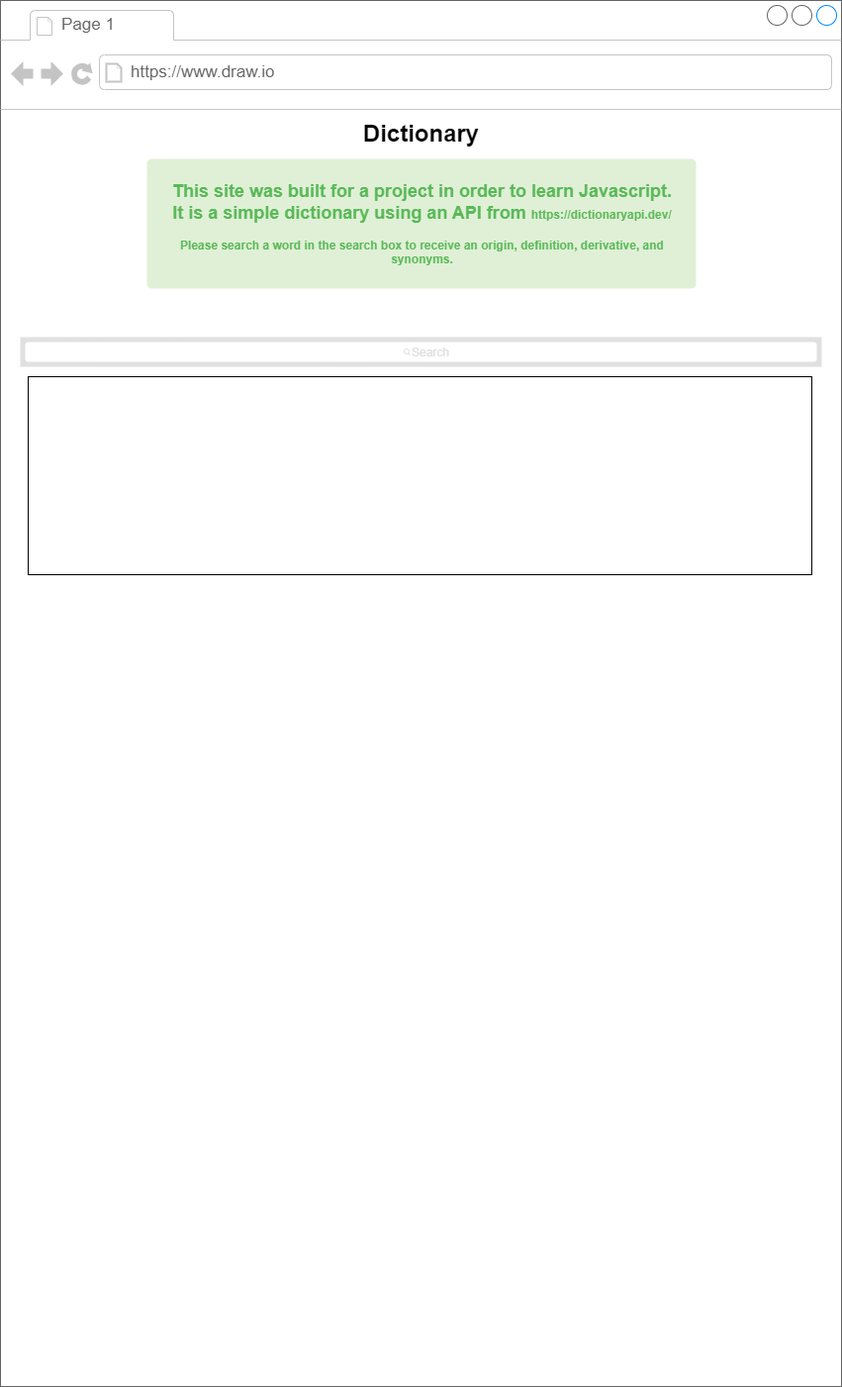
This is wireframes/DefinitionHomePage.png from Jbush1215/Definition_App, a draw.io export, as it was before one commit. Source tidied: cells renumbered, new cells last; positions are measured from the earlier drawing's top-left corner, leaving out a move shared by most shapes. Source of this version:
```xml
<mxGraphModel>
  <root>
    <mxCell id="0" />
    <mxCell id="1" parent="0" />
    <mxCell id="2" style="strokeWidth=1;shadow=0;dashed=0;align=center;html=1;shape=mxgraph.mockup.containers.browserWindow;rSize=0;strokeColor=#666666;strokeColor2=#008cff;strokeColor3=#c4c4c4;mainText=,;" parent="1" vertex="1">
      <mxGeometry width="850" height="1400" as="geometry" />
    </mxCell>
    <mxCell id="3" value="Page 1" style="strokeWidth=1;shadow=0;dashed=0;align=center;html=1;shape=mxgraph.mockup.containers.anchor;fontSize=17;fontColor=#666666;align=left;whiteSpace=wrap;" parent="2" vertex="1">
      <mxGeometry x="60" y="12" width="110" height="26" as="geometry" />
    </mxCell>
    <mxCell id="4" value="https://www.draw.io" style="strokeWidth=1;shadow=0;dashed=0;align=center;html=1;shape=mxgraph.mockup.containers.anchor;rSize=0;fontSize=17;fontColor=#666666;align=left;" parent="2" vertex="1">
      <mxGeometry x="130" y="60" width="250" height="26" as="geometry" />
    </mxCell>
    <mxCell id="5" value="&lt;div style=&quot;text-align: center;&quot;&gt;&lt;b style=&quot;background-color: initial; font-size: 18px;&quot;&gt;This site was built for a project in order to learn Javascript.&lt;/b&gt;&lt;/div&gt;&lt;b style=&quot;font-size: 18px;&quot;&gt;&lt;div style=&quot;text-align: center;&quot;&gt;&lt;b style=&quot;background-color: initial;&quot;&gt;It is a simple dictionary using an API from &lt;/b&gt;&lt;b style=&quot;background-color: initial; font-size: 12px;&quot;&gt;https://dictionaryapi.dev/&lt;/b&gt;&lt;/div&gt;&lt;/b&gt;&lt;div style=&quot;text-align: center;&quot;&gt;&lt;b&gt;&lt;br&gt;&lt;/b&gt;&lt;/div&gt;&lt;b&gt;&lt;div style=&quot;text-align: center;&quot;&gt;&lt;b style=&quot;background-color: initial;&quot;&gt;Please search a word in the search box to receive an origin, definition, derivative, and synonyms.&lt;/b&gt;&lt;/div&gt;&lt;/b&gt;" style="html=1;shadow=0;dashed=0;shape=mxgraph.bootstrap.rrect;rSize=5;strokeColor=none;strokeWidth=1;fillColor=#E0F0D6;fontColor=#59B958;whiteSpace=wrap;align=left;verticalAlign=middle;spacing=20;" parent="2" vertex="1">
      <mxGeometry x="148" y="160" width="555" height="131" as="geometry" />
    </mxCell>
    <mxCell id="6" value="&lt;h1&gt;Dictionary&lt;/h1&gt;" style="text;html=1;strokeColor=none;fillColor=none;align=center;verticalAlign=middle;whiteSpace=wrap;rounded=0;" parent="2" vertex="1">
      <mxGeometry x="348" y="120" width="155" height="30" as="geometry" />
    </mxCell>
    <mxCell id="7" style="shape=rect;fillColor=#e0e0e0;strokeColor=none;" parent="2" vertex="1">
      <mxGeometry x="20" y="340" width="810" height="30" as="geometry" />
    </mxCell>
    <mxCell id="8" style="html=1;strokeWidth=1;shadow=0;dashed=0;shape=mxgraph.ios7ui.marginRect;rx=3;ry=3;rectMargin=5;strokeColor=none;" parent="7" vertex="1">
      <mxGeometry width="810" height="30" as="geometry" />
    </mxCell>
    <mxCell id="9" value="&lt;font style=&quot;font-size: 12px;&quot;&gt;Search&lt;/font&gt;" style="shape=mxgraph.ios7.icons.looking_glass;strokeColor=#e0e0e0;fillColor=none;fontColor=#e0e0e0;labelPosition=right;verticalLabelPosition=middle;align=left;verticalAlign=middle;fontSize=6;fontStyle=0;spacingTop=2;sketch=0;html=1;" parent="7" vertex="1">
      <mxGeometry x="0.5" y="0.5" width="6" height="6" relative="1" as="geometry">
        <mxPoint x="-17" y="-3" as="offset" />
      </mxGeometry>
    </mxCell>
    <mxCell id="10" style="rounded=0;whiteSpace=wrap;html=1;" parent="2" vertex="1">
      <mxGeometry x="28" y="380" width="792" height="200" as="geometry" />
    </mxCell>
  </root>
</mxGraphModel>
```
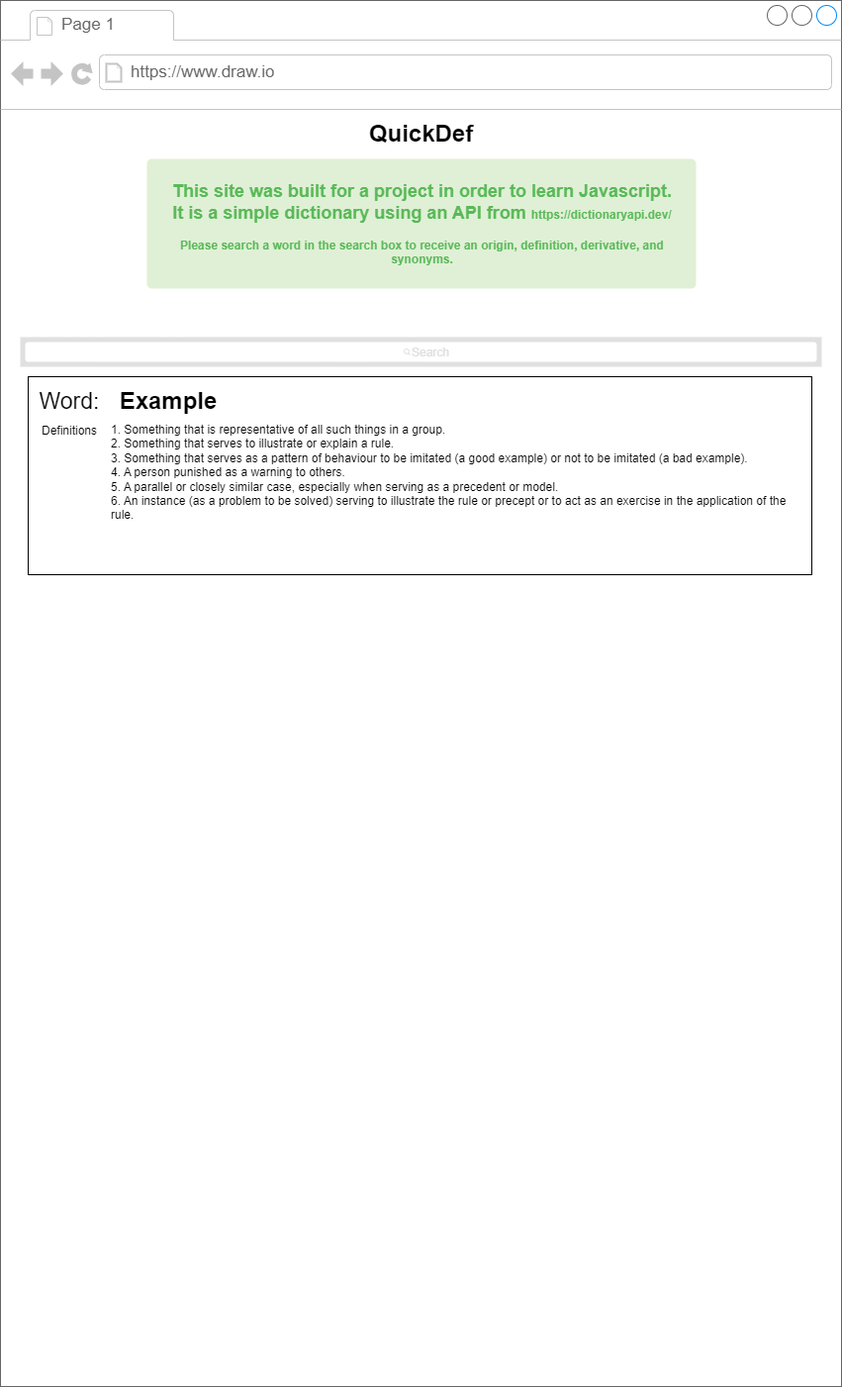
After the change.

Commit message:
Created mobile wireframe

Diff of the diagram source:
```diff
@@ -14,7 +14,7 @@
     <mxCell id="5" value="&lt;div style=&quot;text-align: center;&quot;&gt;&lt;b style=&quot;background-color: initial; font-size: 18px;&quot;&gt;This site was built for a project in order to learn Javascript.&lt;/b&gt;&lt;/div&gt;&lt;b style=&quot;font-size: 18px;&quot;&gt;&lt;div style=&quot;text-align: center;&quot;&gt;&lt;b style=&quot;background-color: initial;&quot;&gt;It is a simple dictionary using an API from &lt;/b&gt;&lt;b style=&quot;background-color: initial; font-size: 12px;&quot;&gt;https://dictionaryapi.dev/&lt;/b&gt;&lt;/div&gt;&lt;/b&gt;&lt;div style=&quot;text-align: center;&quot;&gt;&lt;b&gt;&lt;br&gt;&lt;/b&gt;&lt;/div&gt;&lt;b&gt;&lt;div style=&quot;text-align: center;&quot;&gt;&lt;b style=&quot;background-color: initial;&quot;&gt;Please search a word in the search box to receive an origin, definition, derivative, and synonyms.&lt;/b&gt;&lt;/div&gt;&lt;/b&gt;" style="html=1;shadow=0;dashed=0;shape=mxgraph.bootstrap.rrect;rSize=5;strokeColor=none;strokeWidth=1;fillColor=#E0F0D6;fontColor=#59B958;whiteSpace=wrap;align=left;verticalAlign=middle;spacing=20;" parent="2" vertex="1">
       <mxGeometry x="148" y="160" width="555" height="131" as="geometry" />
     </mxCell>
-    <mxCell id="6" value="&lt;h1&gt;Dictionary&lt;/h1&gt;" style="text;html=1;strokeColor=none;fillColor=none;align=center;verticalAlign=middle;whiteSpace=wrap;rounded=0;" parent="2" vertex="1">
+    <mxCell id="6" value="&lt;h1&gt;QuickDef&lt;/h1&gt;" style="text;html=1;strokeColor=none;fillColor=none;align=center;verticalAlign=middle;whiteSpace=wrap;rounded=0;" parent="2" vertex="1">
       <mxGeometry x="348" y="120" width="155" height="30" as="geometry" />
     </mxCell>
     <mxCell id="7" style="shape=rect;fillColor=#e0e0e0;strokeColor=none;" parent="2" vertex="1">
@@ -31,5 +31,17 @@
     <mxCell id="10" style="rounded=0;whiteSpace=wrap;html=1;" parent="2" vertex="1">
       <mxGeometry x="28" y="380" width="792" height="200" as="geometry" />
     </mxCell>
+    <mxCell id="11" value="Word:" style="text;html=1;strokeColor=none;fillColor=none;align=center;verticalAlign=middle;whiteSpace=wrap;rounded=0;fontSize=23;" parent="2" vertex="1">
+      <mxGeometry x="40" y="390" width="60" height="30" as="geometry" />
+    </mxCell>
+    <mxCell id="12" value="Definitions" style="text;html=1;strokeColor=none;fillColor=none;align=center;verticalAlign=middle;whiteSpace=wrap;rounded=0;" parent="2" vertex="1">
+      <mxGeometry x="40" y="420" width="60" height="30" as="geometry" />
+    </mxCell>
+    <mxCell id="13" value="&lt;h1&gt;Example&lt;/h1&gt;" style="text;html=1;strokeColor=none;fillColor=none;align=center;verticalAlign=middle;whiteSpace=wrap;rounded=0;" parent="2" vertex="1">
+      <mxGeometry x="140" y="390" width="60" height="30" as="geometry" />
+    </mxCell>
+    <mxCell id="14" value="1.&amp;nbsp;Something that is representative of all such things in a group.&lt;br&gt;2. Something that serves to illustrate or explain a rule.&lt;br&gt;3. Something that serves as a pattern of behaviour to be imitated (a good example) or not to be imitated (a bad example).&lt;br&gt;4.&amp;nbsp;A person punished as a warning to others.&lt;br&gt;5.&amp;nbsp;A parallel or closely similar case, especially when serving as a precedent or model.&lt;br&gt;6. An instance (as a problem to be solved) serving to illustrate the rule or precept or to act as an exercise in the application of the rule." style="text;html=1;strokeColor=none;fillColor=none;align=left;verticalAlign=top;whiteSpace=wrap;rounded=0;" parent="2" vertex="1">
+      <mxGeometry x="110" y="420" width="690" height="140" as="geometry" />
+    </mxCell>
   </root>
 </mxGraphModel>
```
